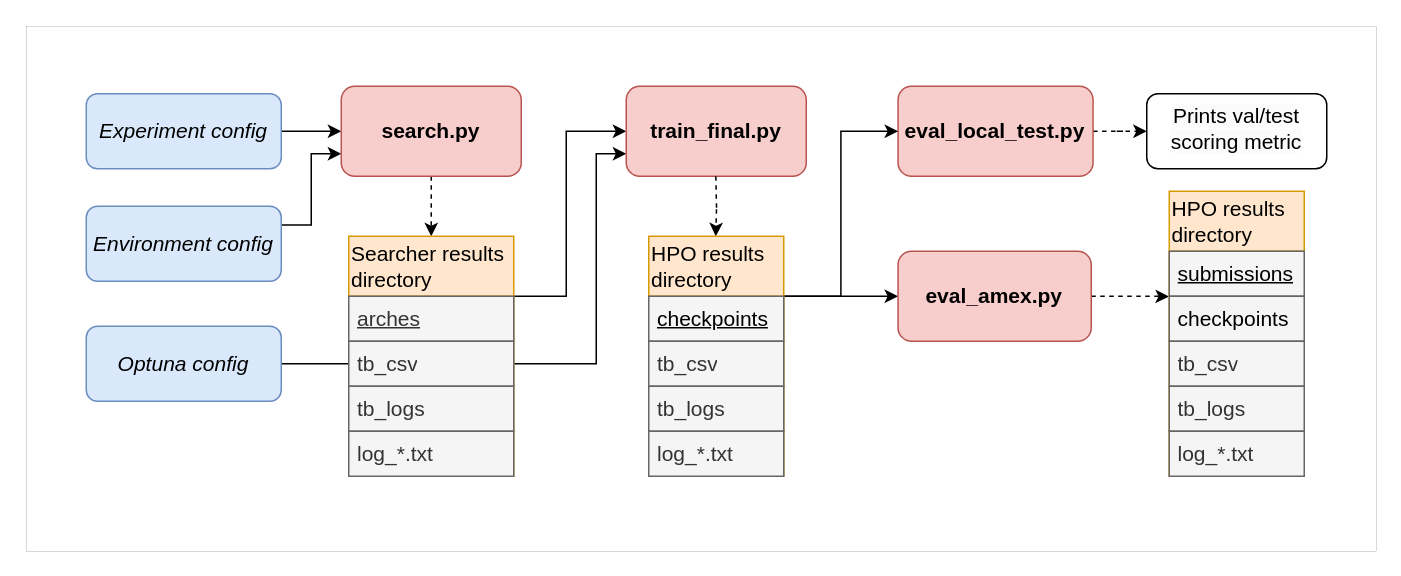
Above: diplom_graphs/NAS_pipeline.drawio in DenDiv/draw_io_graphs (draw.io), before the change. Source tidied: cells renumbered, new cells numbered last; positions are measured from the earlier drawing's top-left corner, leaving out a move shared by most shapes. Both pictures are drawn from the tidied source at 150%, with x=0, y=0 at pixel (26, 26).
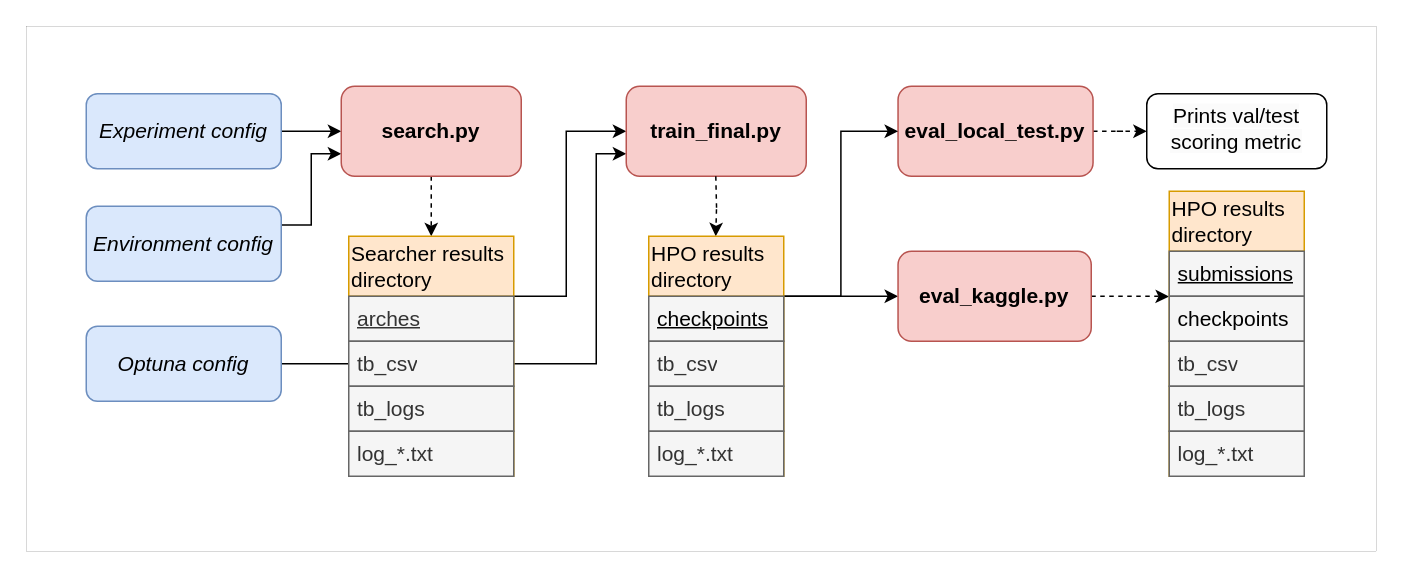
The same page after the edit.

What changed in the source:
```diff
@@
-    <mxCell id="17" value="eval_amex.py" style="rounded=1;whiteSpace=wrap;html=1;fontSize=14;fillColor=#f8cecc;strokeColor=#b85450;fontStyle=1;" parent="3" vertex="1">
+    <mxCell id="17" value="eval_kaggle.py" style="rounded=1;whiteSpace=wrap;html=1;fontSize=14;fillColor=#f8cecc;strokeColor=#b85450;fontStyle=1;" parent="3" vertex="1">
       <mxGeometry x="581.2" y="150" width="128.8" height="60" as="geometry" />
     </mxCell>
```
